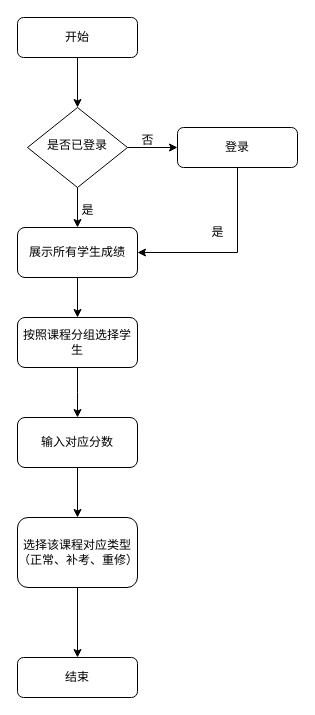
This is 添加学生成绩.drawio from creazy412/none, a draw.io file, before an edit. Source tidied: cells renumbered, new cells numbered last; positions are measured from the earlier drawing's top-left corner, leaving out a move shared by most shapes. Both pictures are drawn from the tidied source at 100%, with x=0, y=0 at pixel (17, 17).
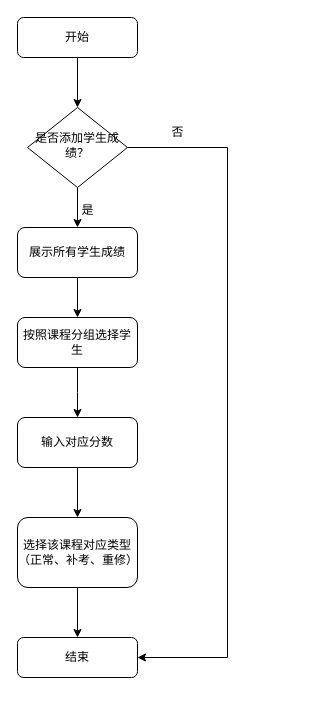
The same page after the edit.

Commit message:
更新添加学生成绩.drawio

Unchanged cells that the change refers to:
```xml
<mxCell id="14" value="展示所有学生成绩" style="rounded=1;whiteSpace=wrap;html=1;fontSize=12;glass=0;strokeWidth=1;shadow=0;" parent="1" vertex="1">
  <mxGeometry y="210" width="120" height="50" as="geometry" />
</mxCell>
```

What changed in the source:
```diff
@@
-    <mxCell id="4" style="edgeStyle=orthogonalEdgeStyle;rounded=0;jettySize=auto;html=1;" parent="1" edge="1" source="6" target="8">
-      <mxGeometry relative="1" as="geometry" />
+    <mxCell id="4" style="edgeStyle=orthogonalEdgeStyle;rounded=0;jettySize=auto;html=1;entryX=1;entryY=0.5;entryDx=0;entryDy=0;" parent="1" edge="1" source="6" target="10">
+      <mxGeometry relative="1" as="geometry">
+        <Array as="points">
+          <mxPoint x="210" y="130" />
+          <mxPoint x="210" y="640" />
+        </Array>
+      </mxGeometry>
     </mxCell>
@@
-    <mxCell id="6" value="是否已登录" style="rhombus;whiteSpace=wrap;html=1;shadow=0;fontFamily=Helvetica;fontSize=12;align=center;strokeWidth=1;spacing=6;spacingTop=-4;" parent="1" vertex="1">
+    <mxCell id="6" value="是否添加学生成绩？" style="rhombus;whiteSpace=wrap;html=1;shadow=0;fontFamily=Helvetica;fontSize=12;align=center;strokeWidth=1;spacing=6;spacingTop=-4;" parent="1" vertex="1">
       <mxGeometry x="10" y="90" width="100" height="80" as="geometry" />
     </mxCell>
-    <mxCell id="7" style="edgeStyle=orthogonalEdgeStyle;rounded=0;jettySize=auto;html=1;entryX=1;entryY=0.5;entryDx=0;entryDy=0;" parent="1" edge="1" source="8" target="14">
-      <mxGeometry relative="1" as="geometry">
-        <Array as="points">
-          <mxPoint x="220" y="235" />
-        </Array>
-      </mxGeometry>
-    </mxCell>
-    <mxCell id="8" value="登录" style="rounded=1;whiteSpace=wrap;html=1;fontSize=12;glass=0;strokeWidth=1;shadow=0;" parent="1" vertex="1">
-      <mxGeometry x="160" y="110" width="120" height="40" as="geometry" />
-    </mxCell>
@@
     <mxCell id="10" value="结束" style="rounded=1;whiteSpace=wrap;html=1;fontSize=12;glass=0;strokeWidth=1;shadow=0;" parent="1" vertex="1">
-      <mxGeometry y="640" width="120" height="40" as="geometry" />
+      <mxGeometry y="620" width="120" height="40" as="geometry" />
     </mxCell>
@@
     <mxCell id="18" value="否" style="text;html=1;align=center;verticalAlign=middle;strokeColor=none;fillColor=none;" parent="1" vertex="1">
-      <mxGeometry x="110" y="108" width="40" height="30" as="geometry" />
+      <mxGeometry x="140" y="100" width="40" height="30" as="geometry" />
     </mxCell>
-    <mxCell id="19" value="是" style="text;html=1;align=center;verticalAlign=middle;strokeColor=none;fillColor=none;" parent="1" vertex="1">
-      <mxGeometry x="180" y="200" width="40" height="30" as="geometry" />
-    </mxCell>
```
